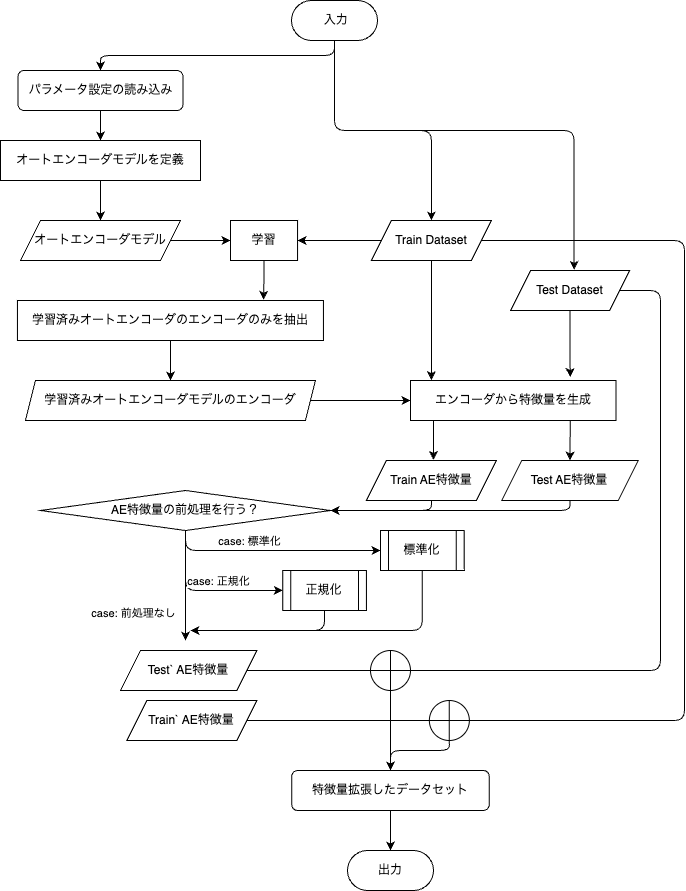
RyutaSato/ml-study-archive-rsato keeps this draw.io diagram as thesis/figures/autoencoder.png. Above is the earlier version. Source tidied: cells renumbered, new cells last; positions are measured from the earlier drawing's top-left corner, leaving out a move shared by most shapes.
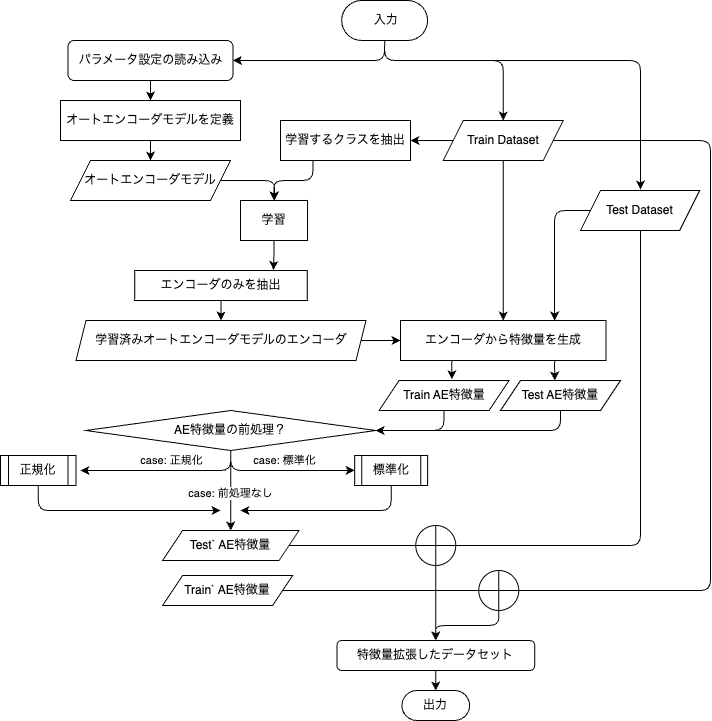
The same diagram one commit later.

The edit, as a diff of the source:
```diff
@@ -2,12 +2,17 @@
   <root>
     <mxCell id="0" />
     <mxCell id="1" parent="0" />
-    <mxCell id="2" style="edgeStyle=orthogonalEdgeStyle;html=1;exitX=0.5;exitY=1;exitDx=0;exitDy=0;entryX=0;entryY=0.5;entryDx=0;entryDy=0;" parent="1" edge="1" source="7" target="9">
-      <mxGeometry relative="1" as="geometry" />
+    <mxCell id="2" style="edgeStyle=orthogonalEdgeStyle;html=1;exitX=0.5;exitY=1;exitDx=0;exitDy=0;" parent="1" edge="1" source="7">
+      <mxGeometry relative="1" as="geometry">
+        <mxPoint x="30" y="500" as="targetPoint" />
+        <Array as="points">
+          <mxPoint x="180" y="500" />
+        </Array>
+      </mxGeometry>
     </mxCell>
     <mxCell id="3" value="case: 正規化" style="edgeLabel;html=1;align=center;verticalAlign=middle;" parent="2" vertex="1">
       <mxGeometry x="0.05" y="-2" relative="1" as="geometry">
-        <mxPoint x="10" y="-12" as="offset" />
+        <mxPoint x="10" y="-8" as="offset" />
       </mxGeometry>
     </mxCell>
     <mxCell id="4" style="edgeStyle=orthogonalEdgeStyle;html=1;exitX=0.5;exitY=1;exitDx=0;exitDy=0;entryX=0;entryY=0.5;entryDx=0;entryDy=0;" parent="1" edge="1" source="7" target="11">
@@ -15,98 +20,111 @@
     </mxCell>
     <mxCell id="5" value="case: 標準化" style="edgeLabel;html=1;align=center;verticalAlign=middle;" parent="4" vertex="1">
       <mxGeometry x="0.2" y="-1" relative="1" as="geometry">
-        <mxPoint x="-45" y="-11" as="offset" />
+        <mxPoint x="-13" y="-11" as="offset" />
       </mxGeometry>
     </mxCell>
-    <mxCell id="6" value="case: 前処理なし" style="edgeStyle=orthogonalEdgeStyle;html=1;exitX=0.5;exitY=1;exitDx=0;exitDy=0;entryX=0.5;entryY=0;entryDx=0;entryDy=0;" parent="1" edge="1" source="7">
-      <mxGeometry x="0.5" y="-52" relative="1" as="geometry">
-        <mxPoint x="185" y="640" as="targetPoint" />
-      </mxGeometry>
+    <mxCell id="6" value="case: 前処理なし" style="edgeStyle=orthogonalEdgeStyle;html=1;exitX=0.5;exitY=1;exitDx=0;exitDy=0;entryX=0.5;entryY=0;entryDx=0;entryDy=0;" parent="1" edge="1" source="7" target="37">
+      <mxGeometry x="0.07" relative="1" as="geometry" />
     </mxCell>
-    <mxCell id="7" value="AE特徴量の前処理を行う？" style="rhombus;whiteSpace=wrap;html=1;" parent="1" vertex="1">
-      <mxGeometry x="40" y="490" width="290" height="40" as="geometry" />
+    <mxCell id="7" value="AE特徴量の前処理？" style="rhombus;whiteSpace=wrap;html=1;" parent="1" vertex="1">
+      <mxGeometry x="35.3" y="440" width="290" height="40" as="geometry" />
     </mxCell>
     <mxCell id="8" style="edgeStyle=orthogonalEdgeStyle;html=1;exitX=0.5;exitY=1;exitDx=0;exitDy=0;" parent="1" edge="1" source="9">
       <mxGeometry relative="1" as="geometry">
-        <mxPoint x="190" y="630" as="targetPoint" />
+        <mxPoint x="170" y="540" as="targetPoint" />
         <Array as="points">
-          <mxPoint x="324" y="630" />
+          <mxPoint x="-12" y="540" />
         </Array>
       </mxGeometry>
     </mxCell>
     <mxCell id="9" value="正規化" style="shape=process;whiteSpace=wrap;html=1;backgroundOutline=1;fontFamily=Helvetica;fontSize=12;fontColor=default;align=center;strokeColor=default;fillColor=default;" parent="1" vertex="1">
-      <mxGeometry x="282.3" y="570" width="83.7" height="40" as="geometry" />
+      <mxGeometry x="-50" y="485" width="75.5" height="30" as="geometry" />
     </mxCell>
     <mxCell id="10" style="edgeStyle=orthogonalEdgeStyle;html=1;exitX=0.5;exitY=1;exitDx=0;exitDy=0;" parent="1" edge="1" source="11">
       <mxGeometry relative="1" as="geometry">
-        <mxPoint x="190" y="630" as="targetPoint" />
+        <mxPoint x="190" y="540" as="targetPoint" />
         <Array as="points">
-          <mxPoint x="422" y="630" />
+          <mxPoint x="341" y="540" />
         </Array>
       </mxGeometry>
     </mxCell>
     <mxCell id="11" value="標準化" style="shape=process;whiteSpace=wrap;html=1;backgroundOutline=1;fontFamily=Helvetica;fontSize=12;fontColor=default;align=center;strokeColor=default;fillColor=default;" parent="1" vertex="1">
-      <mxGeometry x="380" y="530" width="83.7" height="40" as="geometry" />
+      <mxGeometry x="304.2" y="485" width="72.9" height="30" as="geometry" />
     </mxCell>
-    <mxCell id="12" style="edgeStyle=orthogonalEdgeStyle;html=1;exitX=0;exitY=0.5;exitDx=0;exitDy=0;" parent="1" edge="1" source="14" target="22">
-      <mxGeometry relative="1" as="geometry" />
-    </mxCell>
+    <mxCell id="52" style="edgeStyle=orthogonalEdgeStyle;html=1;exitX=0;exitY=0.5;exitDx=0;exitDy=0;entryX=1;entryY=0.5;entryDx=0;entryDy=0;" parent="1" edge="1" source="14" target="55">
+      <mxGeometry relative="1" as="geometry" />
+    </mxCell>
-    <mxCell id="13" style="edgeStyle=orthogonalEdgeStyle;html=1;exitX=0.5;exitY=1;exitDx=0;exitDy=0;entryX=0.102;entryY=-0.006;entryDx=0;entryDy=0;entryPerimeter=0;" parent="1" edge="1" source="14" target="27">
+    <mxCell id="13" style="edgeStyle=orthogonalEdgeStyle;html=1;exitX=0.5;exitY=1;exitDx=0;exitDy=0;entryX=0.5;entryY=0;entryDx=0;entryDy=0;" parent="1" edge="1" source="14" target="27">
       <mxGeometry relative="1" as="geometry" />
     </mxCell>
     <mxCell id="14" value="Train Dataset" style="shape=parallelogram;perimeter=parallelogramPerimeter;whiteSpace=wrap;html=1;fixedSize=1;fontFamily=Helvetica;fontSize=12;fontColor=default;align=center;strokeColor=default;fillColor=default;" parent="1" vertex="1">
-      <mxGeometry x="370.9" y="220" width="120" height="40" as="geometry" />
+      <mxGeometry x="392.7" y="150" width="120" height="40" as="geometry" />
     </mxCell>
     <mxCell id="15" style="edgeStyle=none;html=1;exitX=0.5;exitY=1;exitDx=0;exitDy=0;entryX=0.5;entryY=0;entryDx=0;entryDy=0;" parent="1" edge="1" source="16" target="20">
       <mxGeometry relative="1" as="geometry" />
     </mxCell>
     <mxCell id="16" value="オートエンコーダモデルを定義" style="rounded=0;whiteSpace=wrap;html=1;fontFamily=Helvetica;fontSize=12;fontColor=default;align=center;strokeColor=default;fillColor=default;" parent="1" vertex="1">
-      <mxGeometry y="140" width="200" height="40" as="geometry" />
+      <mxGeometry x="10" y="130" width="180" height="40" as="geometry" />
     </mxCell>
-    <mxCell id="17" style="edgeStyle=orthogonalEdgeStyle;html=1;exitX=0.5;exitY=1;exitDx=0;exitDy=0;entryX=0.777;entryY=-0.084;entryDx=0;entryDy=0;entryPerimeter=0;" parent="1" edge="1" source="18" target="27">
-      <mxGeometry relative="1" as="geometry" />
+    <mxCell id="17" style="edgeStyle=orthogonalEdgeStyle;html=1;exitX=0;exitY=0.5;exitDx=0;exitDy=0;entryX=0.75;entryY=0;entryDx=0;entryDy=0;" parent="1" edge="1" source="18" target="27">
+      <mxGeometry relative="1" as="geometry">
+        <Array as="points">
+          <mxPoint x="504" y="240" />
+        </Array>
+      </mxGeometry>
     </mxCell>
     <mxCell id="18" value="Test Dataset" style="shape=parallelogram;perimeter=parallelogramPerimeter;whiteSpace=wrap;html=1;fixedSize=1;fontFamily=Helvetica;fontSize=12;fontColor=default;align=center;strokeColor=default;fillColor=default;" parent="1" vertex="1">
-      <mxGeometry x="510" y="270" width="119.1" height="40" as="geometry" />
+      <mxGeometry x="530" y="220" width="119.1" height="40" as="geometry" />
     </mxCell>
-    <mxCell id="19" style="edgeStyle=none;html=1;exitX=1;exitY=0.5;exitDx=0;exitDy=0;entryX=0;entryY=0.5;entryDx=0;entryDy=0;" parent="1" edge="1" source="20" target="22">
-      <mxGeometry relative="1" as="geometry" />
+    <mxCell id="19" style="edgeStyle=orthogonalEdgeStyle;html=1;exitX=1;exitY=0.5;exitDx=0;exitDy=0;entryX=0.5;entryY=0;entryDx=0;entryDy=0;" parent="1" edge="1" source="20" target="22">
+      <mxGeometry relative="1" as="geometry">
+        <Array as="points">
+          <mxPoint x="224" y="210" />
+          <mxPoint x="224" y="230" />
+        </Array>
+      </mxGeometry>
     </mxCell>
     <mxCell id="20" value="オートエンコーダモデル" style="shape=parallelogram;perimeter=parallelogramPerimeter;whiteSpace=wrap;html=1;fixedSize=1;" parent="1" vertex="1">
-      <mxGeometry x="20" y="220" width="160" height="40" as="geometry" />
+      <mxGeometry x="20" y="190" width="160" height="40" as="geometry" />
     </mxCell>
     <mxCell id="21" style="edgeStyle=orthogonalEdgeStyle;html=1;exitX=0.5;exitY=1;exitDx=0;exitDy=0;entryX=0.804;entryY=-0.016;entryDx=0;entryDy=0;entryPerimeter=0;" parent="1" edge="1" source="22" target="24">
       <mxGeometry relative="1" as="geometry" />
     </mxCell>
     <mxCell id="22" value="学習" style="rounded=0;whiteSpace=wrap;html=1;fontFamily=Helvetica;fontSize=12;fontColor=default;align=center;strokeColor=default;fillColor=default;" parent="1" vertex="1">
-      <mxGeometry x="230" y="220" width="67.1" height="40" as="geometry" />
+      <mxGeometry x="190" y="230" width="67.1" height="40" as="geometry" />
     </mxCell>
     <mxCell id="23" style="edgeStyle=orthogonalEdgeStyle;html=1;exitX=0.5;exitY=1;exitDx=0;exitDy=0;entryX=0.5;entryY=0;entryDx=0;entryDy=0;" parent="1" edge="1" source="24" target="26">
       <mxGeometry relative="1" as="geometry" />
     </mxCell>
-    <mxCell id="24" value="学習済みオートエンコーダのエンコーダのみを抽出" style="rounded=0;whiteSpace=wrap;html=1;fontFamily=Helvetica;fontSize=12;fontColor=default;align=center;strokeColor=default;fillColor=default;" parent="1" vertex="1">
-      <mxGeometry x="16.9" y="300" width="306" height="40" as="geometry" />
+    <mxCell id="24" value="エンコーダのみを抽出" style="rounded=0;whiteSpace=wrap;html=1;fontFamily=Helvetica;fontSize=12;fontColor=default;align=center;strokeColor=default;fillColor=default;" parent="1" vertex="1">
+      <mxGeometry x="84.2" y="300" width="172.5" height="30" as="geometry" />
     </mxCell>
     <mxCell id="25" style="edgeStyle=orthogonalEdgeStyle;html=1;exitX=1;exitY=0.5;exitDx=0;exitDy=0;entryX=0;entryY=0.5;entryDx=0;entryDy=0;" parent="1" edge="1" source="26" target="27">
       <mxGeometry relative="1" as="geometry" />
     </mxCell>
     <mxCell id="26" value="学習済みオートエンコーダモデルのエンコーダ" style="shape=parallelogram;perimeter=parallelogramPerimeter;whiteSpace=wrap;html=1;fixedSize=1;size=10.000000000000227;" parent="1" vertex="1">
-      <mxGeometry x="24.9" y="380" width="290" height="40" as="geometry" />
+      <mxGeometry x="25.5" y="350" width="290" height="40" as="geometry" />
     </mxCell>
+    <mxCell id="34" style="edgeStyle=orthogonalEdgeStyle;html=1;exitX=0.75;exitY=1;exitDx=0;exitDy=0;entryX=0.453;entryY=0;entryDx=0;entryDy=0;entryPerimeter=0;" parent="1" edge="1" source="27" target="29">
+      <mxGeometry relative="1" as="geometry" />
+    </mxCell>
+    <mxCell id="53" style="edgeStyle=orthogonalEdgeStyle;html=1;exitX=0.25;exitY=1;exitDx=0;exitDy=0;entryX=0.56;entryY=-0.039;entryDx=0;entryDy=0;entryPerimeter=0;" parent="1" edge="1" source="27" target="31">
+      <mxGeometry relative="1" as="geometry" />
+    </mxCell>
     <mxCell id="27" value="エンコーダから特徴量を生成" style="rounded=0;whiteSpace=wrap;html=1;fontFamily=Helvetica;fontSize=12;fontColor=default;align=center;strokeColor=default;fillColor=default;" parent="1" vertex="1">
-      <mxGeometry x="410" y="380" width="205.5" height="40" as="geometry" />
+      <mxGeometry x="350" y="350" width="205.5" height="40" as="geometry" />
     </mxCell>
     <mxCell id="28" style="edgeStyle=orthogonalEdgeStyle;html=1;exitX=0.5;exitY=1;exitDx=0;exitDy=0;" parent="1" edge="1" source="29" target="7">
       <mxGeometry relative="1" as="geometry" />
     </mxCell>
     <mxCell id="29" value="Test AE特徴量" style="shape=parallelogram;perimeter=parallelogramPerimeter;whiteSpace=wrap;html=1;fixedSize=1;fontFamily=Helvetica;fontSize=12;fontColor=default;align=center;strokeColor=default;fillColor=default;" parent="1" vertex="1">
-      <mxGeometry x="501.3" y="460" width="136.4" height="40" as="geometry" />
+      <mxGeometry x="450" y="410" width="120" height="30" as="geometry" />
     </mxCell>
     <mxCell id="30" style="edgeStyle=orthogonalEdgeStyle;html=1;exitX=0.5;exitY=1;exitDx=0;exitDy=0;" parent="1" edge="1" source="31" target="7">
       <mxGeometry relative="1" as="geometry" />
     </mxCell>
     <mxCell id="31" value="Train AE特徴量" style="shape=parallelogram;perimeter=parallelogramPerimeter;whiteSpace=wrap;html=1;fixedSize=1;fontFamily=Helvetica;fontSize=12;fontColor=default;align=center;strokeColor=default;fillColor=default;" parent="1" vertex="1">
-      <mxGeometry x="365.9" y="460" width="130" height="40" as="geometry" />
+      <mxGeometry x="328.5" y="410" width="130" height="30" as="geometry" />
     </mxCell>
     <mxCell id="32" style="edgeStyle=orthogonalEdgeStyle;html=1;exitX=0.5;exitY=1;exitDx=0;exitDy=0;entryX=0.5;entryY=0;entryDx=0;entryDy=0;" parent="1" edge="1" source="33" target="16">
       <mxGeometry relative="1" as="geometry" />
@@ -114,53 +132,39 @@
     <mxCell id="33" value="パラメータ設定の読み込み" style="rounded=1;whiteSpace=wrap;html=1;" parent="1" vertex="1">
       <mxGeometry x="17.5" y="70" width="165" height="40" as="geometry" />
     </mxCell>
-    <mxCell id="34" style="endArrow=classic;html=1;entryX=0.5;entryY=0;entryDx=0;entryDy=0;exitX=0.777;exitY=1.013;exitDx=0;exitDy=0;exitPerimeter=0;" parent="1" edge="1" source="27" target="29">
-      <mxGeometry relative="1" as="geometry" />
-    </mxCell>
-    <mxCell id="35" style="endArrow=classic;html=1;entryX=0.5;entryY=0;entryDx=0;entryDy=0;exitX=0.777;exitY=1.013;exitDx=0;exitDy=0;exitPerimeter=0;" parent="1" edge="1">
-      <mxGeometry relative="1" as="geometry">
-        <mxPoint x="433.1" y="420" as="sourcePoint" />
-        <mxPoint x="433" y="459.5" as="targetPoint" />
-      </mxGeometry>
-    </mxCell>
     <mxCell id="36" value="Train` AE特徴量" style="shape=parallelogram;perimeter=parallelogramPerimeter;whiteSpace=wrap;html=1;fixedSize=1;fontFamily=Helvetica;fontSize=12;fontColor=default;align=center;strokeColor=default;fillColor=default;" parent="1" vertex="1">
-      <mxGeometry x="126.4" y="700" width="130" height="40" as="geometry" />
+      <mxGeometry x="112.1" y="605" width="130" height="30" as="geometry" />
     </mxCell>
     <mxCell id="37" value="Test` AE特徴量" style="shape=parallelogram;perimeter=parallelogramPerimeter;whiteSpace=wrap;html=1;fixedSize=1;fontFamily=Helvetica;fontSize=12;fontColor=default;align=center;strokeColor=default;fillColor=default;" parent="1" vertex="1">
-      <mxGeometry x="120" y="650" width="136.4" height="40" as="geometry" />
+      <mxGeometry x="112.1" y="560" width="136.4" height="30" as="geometry" />
     </mxCell>
-    <mxCell id="38" style="endArrow=none;html=1;elbow=vertical;entryX=1;entryY=0.5;entryDx=0;entryDy=0;edgeStyle=orthogonalEdgeStyle;exitX=1;exitY=0.5;exitDx=0;exitDy=0;startArrow=none;" parent="1" edge="1" source="44" target="37">
+    <mxCell id="38" style="endArrow=none;html=1;elbow=vertical;entryX=1;entryY=0.5;entryDx=0;entryDy=0;edgeStyle=orthogonalEdgeStyle;exitX=0;exitY=0.5;exitDx=0;exitDy=0;startArrow=none;" parent="1" edge="1" source="44" target="37">
       <mxGeometry relative="1" as="geometry">
         <Array as="points">
-          <mxPoint x="360" y="670" />
-          <mxPoint x="360" y="670" />
+          <mxPoint x="310" y="575" />
+          <mxPoint x="310" y="575" />
         </Array>
       </mxGeometry>
     </mxCell>
-    <mxCell id="39" style="edgeStyle=orthogonalEdgeStyle;html=1;exitX=0.5;exitY=1;exitDx=0;exitDy=0;entryX=0.5;entryY=0;entryDx=0;entryDy=0;elbow=vertical;" parent="1" edge="1" source="40" target="46">
-      <mxGeometry relative="1" as="geometry">
-        <Array as="points">
-          <mxPoint x="449" y="750" />
-          <mxPoint x="390" y="750" />
-        </Array>
-      </mxGeometry>
+    <mxCell id="39" style="edgeStyle=orthogonalEdgeStyle;html=1;exitX=0.5;exitY=1;exitDx=0;exitDy=0;entryX=0.5;entryY=0;entryDx=0;entryDy=0;" parent="1" edge="1" source="40" target="46">
+      <mxGeometry relative="1" as="geometry" />
     </mxCell>
     <mxCell id="40" style="shape=orEllipse;perimeter=ellipsePerimeter;whiteSpace=wrap;html=1;backgroundOutline=1;" parent="1" vertex="1">
-      <mxGeometry x="428.9" y="700" width="40" height="40" as="geometry" />
+      <mxGeometry x="428.3" y="600" width="40" height="40" as="geometry" />
     </mxCell>
     <mxCell id="41" style="endArrow=none;html=1;elbow=vertical;entryX=1;entryY=0.5;entryDx=0;entryDy=0;edgeStyle=orthogonalEdgeStyle;exitX=1;exitY=0.5;exitDx=0;exitDy=0;" parent="1" edge="1" source="14" target="36">
       <mxGeometry relative="1" as="geometry">
         <Array as="points">
-          <mxPoint x="684" y="240" />
-          <mxPoint x="684" y="720" />
+          <mxPoint x="660" y="170" />
+          <mxPoint x="660" y="620" />
         </Array>
       </mxGeometry>
     </mxCell>
-    <mxCell id="42" style="endArrow=none;html=1;elbow=vertical;entryX=1;entryY=0.5;entryDx=0;entryDy=0;edgeStyle=orthogonalEdgeStyle;exitX=1;exitY=0.5;exitDx=0;exitDy=0;" parent="1" edge="1" source="18" target="44">
+    <mxCell id="42" style="endArrow=none;html=1;elbow=vertical;entryX=1;entryY=0.5;entryDx=0;entryDy=0;edgeStyle=orthogonalEdgeStyle;" parent="1" edge="1" target="44">
       <mxGeometry relative="1" as="geometry">
+        <mxPoint x="590" y="260" as="sourcePoint" />
         <Array as="points">
-          <mxPoint x="660" y="290" />
-          <mxPoint x="660" y="670" />
+          <mxPoint x="590" y="575" />
         </Array>
       </mxGeometry>
     </mxCell>
@@ -168,33 +172,51 @@
       <mxGeometry relative="1" as="geometry" />
     </mxCell>
     <mxCell id="44" style="shape=orEllipse;perimeter=ellipsePerimeter;whiteSpace=wrap;html=1;backgroundOutline=1;" parent="1" vertex="1">
-      <mxGeometry x="370" y="650" width="40" height="40" as="geometry" />
+      <mxGeometry x="365.3" y="555" width="40" height="40" as="geometry" />
     </mxCell>
     <mxCell id="45" style="edgeStyle=orthogonalEdgeStyle;html=1;exitX=0.5;exitY=1;exitDx=0;exitDy=0;entryX=0.5;entryY=0;entryDx=0;entryDy=0;" parent="1" edge="1" source="46" target="51">
       <mxGeometry relative="1" as="geometry" />
     </mxCell>
     <mxCell id="46" value="特徴量拡張したデータセット" style="rounded=1;whiteSpace=wrap;html=1;" parent="1" vertex="1">
-      <mxGeometry x="291.1" y="770" width="197.7" height="40" as="geometry" />
+      <mxGeometry x="286.4" y="670" width="197.7" height="30" as="geometry" />
     </mxCell>
-    <mxCell id="47" style="edgeStyle=orthogonalEdgeStyle;html=1;exitX=0.5;exitY=1;exitDx=0;exitDy=0;entryX=0.5;entryY=0;entryDx=0;entryDy=0;" parent="1" edge="1" source="50" target="33">
+    <mxCell id="47" style="edgeStyle=orthogonalEdgeStyle;html=1;exitX=0.5;exitY=1;exitDx=0;exitDy=0;entryX=1;entryY=0.5;entryDx=0;entryDy=0;" parent="1" edge="1" source="50" target="33">
       <mxGeometry relative="1" as="geometry" />
     </mxCell>
     <mxCell id="48" style="edgeStyle=orthogonalEdgeStyle;html=1;exitX=0.5;exitY=1;exitDx=0;exitDy=0;entryX=0.5;entryY=0;entryDx=0;entryDy=0;" parent="1" edge="1" source="50" target="14">
-      <mxGeometry relative="1" as="geometry" />
+      <mxGeometry relative="1" as="geometry">
+        <Array as="points">
+          <mxPoint x="334" y="90" />
+          <mxPoint x="453" y="90" />
+        </Array>
+      </mxGeometry>
     </mxCell>
-    <mxCell id="49" style="edgeStyle=orthogonalEdgeStyle;html=1;exitX=0.5;exitY=1;exitDx=0;exitDy=0;entryX=0.534;entryY=-0.016;entryDx=0;entryDy=0;entryPerimeter=0;" parent="1" edge="1" source="50" target="18">
+    <mxCell id="49" style="edgeStyle=orthogonalEdgeStyle;html=1;exitX=0.5;exitY=1;exitDx=0;exitDy=0;" parent="1" edge="1" source="50">
       <mxGeometry relative="1" as="geometry">
+        <mxPoint x="590" y="219" as="targetPoint" />
         <Array as="points">
-          <mxPoint x="334" y="130" />
-          <mxPoint x="574" y="130" />
+          <mxPoint x="334" y="90" />
+          <mxPoint x="590" y="90" />
+          <mxPoint x="590" y="219" />
         </Array>
       </mxGeometry>
     </mxCell>
     <mxCell id="50" value="&amp;nbsp;入力" style="rounded=1;whiteSpace=wrap;html=1;arcSize=50;" parent="1" vertex="1">
-      <mxGeometry x="291" width="86" height="40" as="geometry" />
+      <mxGeometry x="291.1" y="30" width="86" height="40" as="geometry" />
     </mxCell>
     <mxCell id="51" value="出力" style="rounded=1;whiteSpace=wrap;html=1;arcSize=50;" parent="1" vertex="1">
-      <mxGeometry x="347" y="850" width="86" height="40" as="geometry" />
+      <mxGeometry x="351.4" y="720" width="67.7" height="30" as="geometry" />
     </mxCell>
+    <mxCell id="54" style="edgeStyle=orthogonalEdgeStyle;html=1;exitX=0.25;exitY=1;exitDx=0;exitDy=0;entryX=0.5;entryY=0;entryDx=0;entryDy=0;" parent="1" edge="1" source="55" target="22">
+      <mxGeometry relative="1" as="geometry">
+        <Array as="points">
+          <mxPoint x="263" y="210" />
+          <mxPoint x="223" y="210" />
+        </Array>
+      </mxGeometry>
+    </mxCell>
+    <mxCell id="55" value="学習するクラスを抽出" style="rounded=0;whiteSpace=wrap;html=1;" parent="1" vertex="1">
+      <mxGeometry x="230" y="150" width="130" height="40" as="geometry" />
+    </mxCell>
   </root>
 </mxGraphModel>
```
